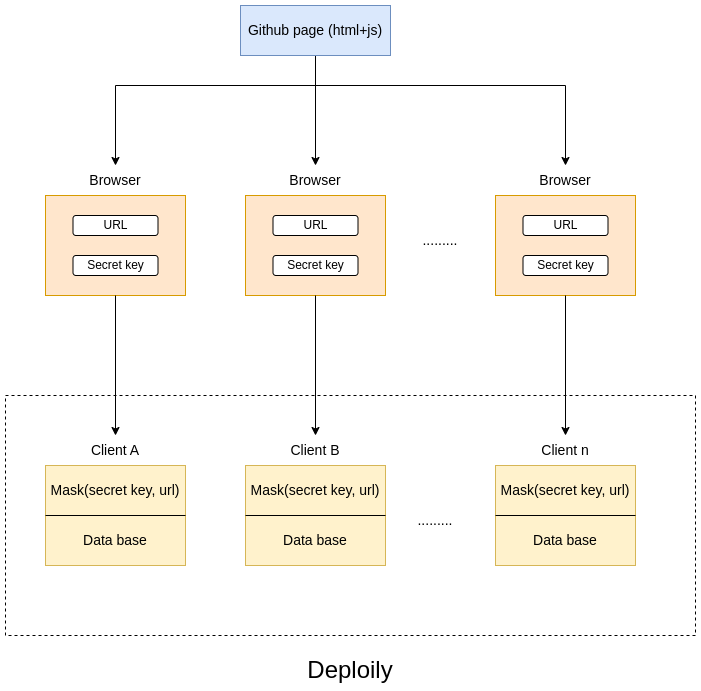
This is doc/Ttk-epay-admin-consol-diagramme.drawio.png from deploily/ttk-epay-admin-console, a draw.io export, as it was before one commit. Source tidied: cells renumbered, new cells last; positions are measured from the earlier drawing's top-left corner, leaving out a move shared by most shapes.
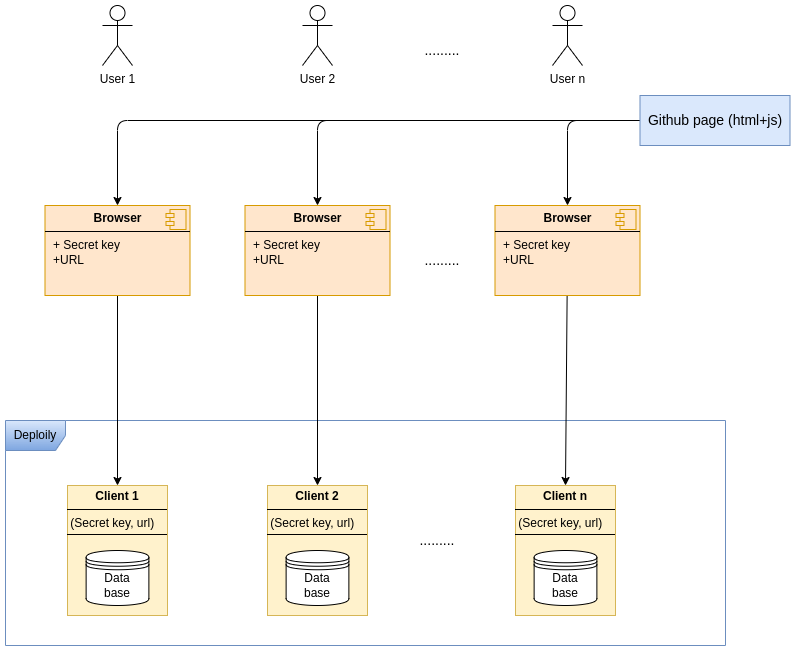
After the commit.

What changed in the source:
```diff
@@ -2,147 +2,107 @@
   <root>
     <mxCell id="0" />
     <mxCell id="1" parent="0" />
-    <mxCell id="2" style="rounded=0;whiteSpace=wrap;html=1;dashed=1;gradientColor=none;strokeColor=default;fillColor=none;" parent="1" vertex="1">
-      <mxGeometry y="390" width="690" height="240" as="geometry" />
-    </mxCell>
-    <mxCell id="3" style="edgeStyle=orthogonalEdgeStyle;rounded=0;jettySize=auto;html=1;entryX=0.5;entryY=0;entryDx=0;entryDy=0;" parent="1" edge="1" source="6" target="8">
-      <mxGeometry relative="1" as="geometry">
-        <Array as="points">
-          <mxPoint x="310" y="80" />
-          <mxPoint x="110" y="80" />
-        </Array>
-      </mxGeometry>
-    </mxCell>
-    <mxCell id="4" style="edgeStyle=orthogonalEdgeStyle;rounded=0;jettySize=auto;html=1;" parent="1" edge="1" source="6" target="34">
-      <mxGeometry relative="1" as="geometry" />
-    </mxCell>
-    <mxCell id="5" style="edgeStyle=orthogonalEdgeStyle;rounded=0;jettySize=auto;html=1;" parent="1" edge="1" source="6" target="39">
-      <mxGeometry relative="1" as="geometry">
-        <Array as="points">
-          <mxPoint x="310" y="80" />
-          <mxPoint x="560" y="80" />
-        </Array>
-      </mxGeometry>
-    </mxCell>
+    <mxCell id="46" style="edgeStyle=orthogonalEdgeStyle;html=1;entryX=0.5;entryY=0;entryDx=0;entryDy=0;fontFamily=Helvetica;fontSize=12;fontColor=default;" parent="1" edge="1" source="6" target="55">
+      <mxGeometry relative="1" as="geometry" />
+    </mxCell>
+    <mxCell id="47" style="edgeStyle=orthogonalEdgeStyle;html=1;entryX=0.5;entryY=0;entryDx=0;entryDy=0;fontFamily=Helvetica;fontSize=12;fontColor=default;" parent="1" edge="1" source="6" target="58">
+      <mxGeometry relative="1" as="geometry" />
+    </mxCell>
+    <mxCell id="48" style="edgeStyle=orthogonalEdgeStyle;html=1;entryX=0.5;entryY=0;entryDx=0;entryDy=0;fontFamily=Helvetica;fontSize=12;fontColor=default;exitX=0;exitY=0.5;exitDx=0;exitDy=0;" parent="1" edge="1" source="6" target="61">
+      <mxGeometry relative="1" as="geometry" />
+    </mxCell>
     <mxCell id="6" value="&lt;font style=&quot;font-size: 14px;&quot;&gt;Github page (html+js)&lt;/font&gt;" style="rounded=0;whiteSpace=wrap;html=1;fillColor=#dae8fc;strokeColor=#6c8ebf;" parent="1" vertex="1">
-      <mxGeometry x="235" width="150" height="50" as="geometry" />
+      <mxGeometry x="592.5" y="110" width="150" height="50" as="geometry" />
     </mxCell>
-    <mxCell id="7" style="group;" parent="1" vertex="1">
-      <mxGeometry x="40" y="160" width="140" height="130" as="geometry" />
-    </mxCell>
-    <mxCell id="8" value="&lt;font style=&quot;font-size: 14px;&quot;&gt;Browser&lt;/font&gt;" style="text;html=1;align=center;verticalAlign=middle;whiteSpace=wrap;rounded=0;" parent="7" vertex="1">
-      <mxGeometry x="35" width="70" height="30" as="geometry" />
-    </mxCell>
-    <mxCell id="9" style="rounded=0;whiteSpace=wrap;html=1;fillColor=#ffe6cc;strokeColor=#d79b00;" parent="7" vertex="1">
-      <mxGeometry y="30" width="140" height="100" as="geometry" />
-    </mxCell>
-    <mxCell id="10" value="URL" style="rounded=1;whiteSpace=wrap;html=1;" parent="7" vertex="1">
-      <mxGeometry x="27.5" y="50" width="85" height="20" as="geometry" />
-    </mxCell>
-    <mxCell id="11" value="Secret key" style="rounded=1;whiteSpace=wrap;html=1;" parent="7" vertex="1">
-      <mxGeometry x="27.5" y="90" width="85" height="20" as="geometry" />
-    </mxCell>
-    <mxCell id="12" style="group;" parent="1" vertex="1">
-      <mxGeometry x="40" y="430" width="140" height="130" as="geometry" />
-    </mxCell>
-    <mxCell id="13" value="&lt;span style=&quot;font-size: 14px;&quot;&gt;Client A&lt;/span&gt;" style="text;html=1;align=center;verticalAlign=middle;whiteSpace=wrap;rounded=0;" parent="12" vertex="1">
-      <mxGeometry x="35" width="70" height="30" as="geometry" />
-    </mxCell>
-    <mxCell id="14" style="rounded=0;whiteSpace=wrap;html=1;fillColor=#fff2cc;strokeColor=#d6b656;" parent="12" vertex="1">
-      <mxGeometry y="30" width="140" height="100" as="geometry" />
-    </mxCell>
-    <mxCell id="15" style="endArrow=none;html=1;rounded=0;entryX=1;entryY=0.5;entryDx=0;entryDy=0;exitX=0;exitY=0.5;exitDx=0;exitDy=0;" parent="12" edge="1" source="14" target="14">
-      <mxGeometry relative="1" as="geometry" />
-    </mxCell>
-    <mxCell id="16" value="&lt;font style=&quot;font-size: 14px;&quot;&gt;Mask(secret key, url)&lt;/font&gt;" style="text;html=1;align=center;verticalAlign=middle;whiteSpace=wrap;rounded=0;" parent="12" vertex="1">
-      <mxGeometry y="40" width="140" height="30" as="geometry" />
-    </mxCell>
-    <mxCell id="17" value="&lt;font style=&quot;font-size: 14px;&quot;&gt;Data base&lt;/font&gt;" style="text;html=1;align=center;verticalAlign=middle;whiteSpace=wrap;rounded=0;" parent="12" vertex="1">
-      <mxGeometry x="30" y="90" width="80" height="30" as="geometry" />
-    </mxCell>
-    <mxCell id="18" style="group;" parent="1" vertex="1">
-      <mxGeometry x="240" y="430" width="140" height="130" as="geometry" />
-    </mxCell>
-    <mxCell id="19" value="&lt;span style=&quot;font-size: 14px;&quot;&gt;Client B&lt;/span&gt;" style="text;html=1;align=center;verticalAlign=middle;whiteSpace=wrap;rounded=0;" parent="18" vertex="1">
-      <mxGeometry x="35" width="70" height="30" as="geometry" />
-    </mxCell>
-    <mxCell id="20" style="rounded=0;whiteSpace=wrap;html=1;fillColor=#fff2cc;strokeColor=#d6b656;" parent="18" vertex="1">
-      <mxGeometry y="30" width="140" height="100" as="geometry" />
-    </mxCell>
-    <mxCell id="21" style="endArrow=none;html=1;rounded=0;entryX=1;entryY=0.5;entryDx=0;entryDy=0;exitX=0;exitY=0.5;exitDx=0;exitDy=0;" parent="18" edge="1" source="20" target="20">
-      <mxGeometry relative="1" as="geometry" />
-    </mxCell>
-    <mxCell id="22" value="&lt;span style=&quot;font-size: 14px;&quot;&gt;Mask(secret key, url)&lt;/span&gt;" style="text;html=1;align=center;verticalAlign=middle;whiteSpace=wrap;rounded=0;" parent="18" vertex="1">
-      <mxGeometry y="40" width="140" height="30" as="geometry" />
-    </mxCell>
-    <mxCell id="23" value="&lt;font style=&quot;font-size: 14px;&quot;&gt;Data base&lt;/font&gt;" style="text;html=1;align=center;verticalAlign=middle;whiteSpace=wrap;rounded=0;" parent="18" vertex="1">
-      <mxGeometry x="30" y="90" width="80" height="30" as="geometry" />
-    </mxCell>
-    <mxCell id="24" style="group;" parent="1" vertex="1">
-      <mxGeometry x="490" y="430" width="140" height="130" as="geometry" />
-    </mxCell>
-    <mxCell id="25" value="&lt;span style=&quot;font-size: 14px;&quot;&gt;Client n&lt;/span&gt;" style="text;html=1;align=center;verticalAlign=middle;whiteSpace=wrap;rounded=0;" parent="24" vertex="1">
-      <mxGeometry x="35" width="70" height="30" as="geometry" />
-    </mxCell>
-    <mxCell id="26" style="rounded=0;whiteSpace=wrap;html=1;fillColor=#fff2cc;strokeColor=#d6b656;" parent="24" vertex="1">
-      <mxGeometry y="30" width="140" height="100" as="geometry" />
-    </mxCell>
-    <mxCell id="27" style="endArrow=none;html=1;rounded=0;entryX=1;entryY=0.5;entryDx=0;entryDy=0;exitX=0;exitY=0.5;exitDx=0;exitDy=0;" parent="24" edge="1" source="26" target="26">
-      <mxGeometry relative="1" as="geometry" />
-    </mxCell>
-    <mxCell id="28" value="&lt;span style=&quot;font-size: 14px;&quot;&gt;Mask(secret key, url)&lt;/span&gt;" style="text;html=1;align=center;verticalAlign=middle;whiteSpace=wrap;rounded=0;" parent="24" vertex="1">
-      <mxGeometry y="40" width="140" height="30" as="geometry" />
-    </mxCell>
-    <mxCell id="29" value="&lt;font style=&quot;font-size: 14px;&quot;&gt;Data base&lt;/font&gt;" style="text;html=1;align=center;verticalAlign=middle;whiteSpace=wrap;rounded=0;" parent="24" vertex="1">
-      <mxGeometry x="30" y="90" width="80" height="30" as="geometry" />
-    </mxCell>
-    <mxCell id="30" value="&lt;font style=&quot;font-size: 14px;&quot;&gt;.........&lt;/font&gt;" style="text;html=1;align=center;verticalAlign=middle;whiteSpace=wrap;rounded=0;" parent="1" vertex="1">
-      <mxGeometry x="400" y="500" width="60" height="30" as="geometry" />
-    </mxCell>
+    <mxCell id="49" value="&lt;font style=&quot;font-size: 14px;&quot;&gt;.........&lt;/font&gt;" style="text;html=1;align=center;verticalAlign=middle;whiteSpace=wrap;rounded=0;" parent="1" vertex="1">
+      <mxGeometry x="360" y="540" width="60" height="30" as="geometry" />
+    </mxCell>
+    <mxCell id="50" value="&lt;font style=&quot;font-size: 14px;&quot;&gt;.........&lt;/font&gt;" style="text;html=1;align=center;verticalAlign=middle;whiteSpace=wrap;rounded=0;" parent="1" vertex="1">
+      <mxGeometry x="365" y="260" width="60" height="30" as="geometry" />
+    </mxCell>
-    <mxCell id="31" value="&lt;font style=&quot;font-size: 24px;&quot;&gt;Deploily&lt;/font&gt;" style="text;html=1;align=center;verticalAlign=middle;whiteSpace=wrap;rounded=0;" parent="1" vertex="1">
-      <mxGeometry x="285" y="650" width="120" height="30" as="geometry" />
+    <mxCell id="31" value="Deploily" style="shape=umlFrame;whiteSpace=wrap;html=1;fillColor=#dae8fc;gradientColor=#7ea6e0;strokeColor=#6c8ebf;" parent="1" vertex="1">
+      <mxGeometry x="-42" y="435" width="720" height="225" as="geometry" />
     </mxCell>
-    <mxCell id="32" style="edgeStyle=orthogonalEdgeStyle;rounded=0;jettySize=auto;html=1;" parent="1" edge="1" source="9" target="13">
-      <mxGeometry relative="1" as="geometry" />
-    </mxCell>
-    <mxCell id="33" style="group;" parent="1" vertex="1">
-      <mxGeometry x="240" y="160" width="140" height="130" as="geometry" />
-    </mxCell>
-    <mxCell id="34" value="&lt;font style=&quot;font-size: 14px;&quot;&gt;Browser&lt;/font&gt;" style="text;html=1;align=center;verticalAlign=middle;whiteSpace=wrap;rounded=0;" parent="33" vertex="1">
-      <mxGeometry x="35" width="70" height="30" as="geometry" />
-    </mxCell>
-    <mxCell id="35" style="rounded=0;whiteSpace=wrap;html=1;fillColor=#ffe6cc;strokeColor=#d79b00;" parent="33" vertex="1">
-      <mxGeometry y="30" width="140" height="100" as="geometry" />
-    </mxCell>
-    <mxCell id="36" value="URL" style="rounded=1;whiteSpace=wrap;html=1;" parent="33" vertex="1">
-      <mxGeometry x="27.5" y="50" width="85" height="20" as="geometry" />
-    </mxCell>
-    <mxCell id="37" value="Secret key" style="rounded=1;whiteSpace=wrap;html=1;" parent="33" vertex="1">
-      <mxGeometry x="27.5" y="90" width="85" height="20" as="geometry" />
-    </mxCell>
-    <mxCell id="38" style="group;" parent="1" vertex="1">
-      <mxGeometry x="490" y="160" width="140" height="130" as="geometry" />
-    </mxCell>
-    <mxCell id="39" value="&lt;font style=&quot;font-size: 14px;&quot;&gt;Browser&lt;/font&gt;" style="text;html=1;align=center;verticalAlign=middle;whiteSpace=wrap;rounded=0;" parent="38" vertex="1">
-      <mxGeometry x="35" width="70" height="30" as="geometry" />
-    </mxCell>
-    <mxCell id="40" style="rounded=0;whiteSpace=wrap;html=1;fillColor=#ffe6cc;strokeColor=#d79b00;" parent="38" vertex="1">
-      <mxGeometry y="30" width="140" height="100" as="geometry" />
-    </mxCell>
-    <mxCell id="41" value="URL" style="rounded=1;whiteSpace=wrap;html=1;" parent="38" vertex="1">
-      <mxGeometry x="27.5" y="50" width="85" height="20" as="geometry" />
-    </mxCell>
-    <mxCell id="42" value="Secret key" style="rounded=1;whiteSpace=wrap;html=1;" parent="38" vertex="1">
-      <mxGeometry x="27.5" y="90" width="85" height="20" as="geometry" />
-    </mxCell>
-    <mxCell id="43" style="edgeStyle=orthogonalEdgeStyle;rounded=0;jettySize=auto;html=1;entryX=0.5;entryY=0;entryDx=0;entryDy=0;" parent="1" edge="1" source="35" target="19">
-      <mxGeometry relative="1" as="geometry" />
-    </mxCell>
-    <mxCell id="44" style="edgeStyle=orthogonalEdgeStyle;rounded=0;jettySize=auto;html=1;entryX=0.5;entryY=0;entryDx=0;entryDy=0;" parent="1" edge="1" source="40" target="25">
-      <mxGeometry relative="1" as="geometry" />
-    </mxCell>
-    <mxCell id="45" value="&lt;font style=&quot;font-size: 14px;&quot;&gt;.........&lt;/font&gt;" style="text;html=1;align=center;verticalAlign=middle;whiteSpace=wrap;rounded=0;" parent="1" vertex="1">
-      <mxGeometry x="405" y="220" width="60" height="30" as="geometry" />
-    </mxCell>
+    <mxCell id="51" value="User 1" style="shape=umlActor;verticalLabelPosition=bottom;verticalAlign=top;html=1;" parent="1" vertex="1">
+      <mxGeometry x="55" y="20" width="30" height="60" as="geometry" />
+    </mxCell>
+    <mxCell id="52" value="&lt;span style=&quot;color: rgb(0, 0, 0);&quot;&gt;User 2&lt;/span&gt;" style="shape=umlActor;verticalLabelPosition=bottom;verticalAlign=top;html=1;" parent="1" vertex="1">
+      <mxGeometry x="255" y="20" width="30" height="60" as="geometry" />
+    </mxCell>
+    <mxCell id="53" value="&lt;span style=&quot;color: rgb(0, 0, 0);&quot;&gt;User n&lt;/span&gt;" style="shape=umlActor;verticalLabelPosition=bottom;verticalAlign=top;html=1;" parent="1" vertex="1">
+      <mxGeometry x="505" y="20" width="30" height="60" as="geometry" />
+    </mxCell>
+    <mxCell id="54" style="edgeStyle=none;html=1;entryX=0.5;entryY=0;entryDx=0;entryDy=0;fontFamily=Helvetica;fontSize=12;fontColor=default;" parent="1" edge="1" source="55" target="64">
+      <mxGeometry relative="1" as="geometry" />
+    </mxCell>
+    <mxCell id="55" value="&lt;p style=&quot;margin:0px;margin-top:6px;text-align:center;&quot;&gt;&lt;b&gt;Browser&lt;/b&gt;&lt;/p&gt;&lt;hr size=&quot;1&quot; style=&quot;border-style:solid;&quot;&gt;&lt;p style=&quot;margin:0px;margin-left:8px;&quot;&gt;+ Secret key&lt;br&gt;+URL&lt;/p&gt;" style="align=left;overflow=fill;html=1;whiteSpace=wrap;fillColor=#ffe6cc;strokeColor=#d79b00;" parent="1" vertex="1">
+      <mxGeometry x="-2.5" y="220" width="145" height="90" as="geometry" />
+    </mxCell>
+    <mxCell id="56" style="shape=component;jettyWidth=8;jettyHeight=4;fillColor=#ffe6cc;strokeColor=#d79b00;" parent="55" vertex="1">
+      <mxGeometry x="1" width="20" height="20" relative="1" as="geometry">
+        <mxPoint x="-24" y="4" as="offset" />
+      </mxGeometry>
+    </mxCell>
+    <mxCell id="57" style="edgeStyle=none;html=1;fontFamily=Helvetica;fontSize=12;fontColor=default;" parent="1" edge="1" source="58" target="68">
+      <mxGeometry relative="1" as="geometry" />
+    </mxCell>
+    <mxCell id="58" value="&lt;p style=&quot;margin:0px;margin-top:6px;text-align:center;&quot;&gt;&lt;b&gt;Browser&lt;/b&gt;&lt;/p&gt;&lt;hr size=&quot;1&quot; style=&quot;border-style:solid;&quot;&gt;&lt;p style=&quot;margin:0px;margin-left:8px;&quot;&gt;+ Secret key&lt;br&gt;+URL&lt;/p&gt;" style="align=left;overflow=fill;html=1;whiteSpace=wrap;fillColor=#ffe6cc;strokeColor=#d79b00;" parent="1" vertex="1">
+      <mxGeometry x="197.5" y="220" width="145" height="90" as="geometry" />
+    </mxCell>
+    <mxCell id="59" style="shape=component;jettyWidth=8;jettyHeight=4;fillColor=#ffe6cc;strokeColor=#d79b00;" parent="58" vertex="1">
+      <mxGeometry x="1" width="20" height="20" relative="1" as="geometry">
+        <mxPoint x="-24" y="4" as="offset" />
+      </mxGeometry>
+    </mxCell>
+    <mxCell id="60" style="edgeStyle=none;html=1;entryX=0.5;entryY=0;entryDx=0;entryDy=0;fontFamily=Helvetica;fontSize=12;fontColor=default;" parent="1" edge="1" source="61" target="72">
+      <mxGeometry relative="1" as="geometry" />
+    </mxCell>
+    <mxCell id="61" value="&lt;p style=&quot;margin:0px;margin-top:6px;text-align:center;&quot;&gt;&lt;b&gt;Browser&lt;/b&gt;&lt;/p&gt;&lt;hr size=&quot;1&quot; style=&quot;border-style:solid;&quot;&gt;&lt;p style=&quot;margin:0px;margin-left:8px;&quot;&gt;+ Secret key&lt;br&gt;+URL&lt;/p&gt;" style="align=left;overflow=fill;html=1;whiteSpace=wrap;fillColor=#ffe6cc;strokeColor=#d79b00;" parent="1" vertex="1">
+      <mxGeometry x="447.5" y="220" width="145" height="90" as="geometry" />
+    </mxCell>
+    <mxCell id="62" style="shape=component;jettyWidth=8;jettyHeight=4;fillColor=#ffe6cc;strokeColor=#d79b00;" parent="61" vertex="1">
+      <mxGeometry x="1" width="20" height="20" relative="1" as="geometry">
+        <mxPoint x="-24" y="4" as="offset" />
+      </mxGeometry>
+    </mxCell>
+    <mxCell id="63" style="group;fillColor=#fff2cc;strokeColor=#d6b656;" parent="1" vertex="1">
+      <mxGeometry x="20" y="500" width="100" height="130" as="geometry" />
+    </mxCell>
+    <mxCell id="64" value="&lt;p style=&quot;margin:0px;margin-top:4px;text-align:center;&quot;&gt;&lt;b&gt;Client 1&lt;/b&gt;&lt;/p&gt;&lt;hr size=&quot;1&quot; style=&quot;border-style:solid;&quot;&gt;&lt;div style=&quot;height:2px;&quot;&gt;&amp;nbsp;(Secret key, url)&lt;/div&gt;&lt;div style=&quot;height:2px;&quot;&gt;&lt;br&gt;&lt;/div&gt;&lt;div style=&quot;height:2px;&quot;&gt;&lt;br&gt;&lt;/div&gt;&lt;div style=&quot;height:2px;&quot;&gt;&lt;br&gt;&lt;/div&gt;&lt;div style=&quot;height:2px;&quot;&gt;&lt;br&gt;&lt;/div&gt;&lt;div style=&quot;height:2px;&quot;&gt;&lt;br&gt;&lt;/div&gt;&lt;hr size=&quot;1&quot; style=&quot;border-style:solid;&quot;&gt;&lt;div style=&quot;height:2px;&quot;&gt;&lt;/div&gt;" style="verticalAlign=top;align=left;overflow=fill;html=1;whiteSpace=wrap;strokeColor=#d6b656;fontFamily=Helvetica;fontSize=12;fillColor=#fff2cc;" parent="63" vertex="1">
+      <mxGeometry width="100" height="130" as="geometry" />
+    </mxCell>
+    <mxCell id="65" style="shape=datastore;html=1;labelPosition=center;verticalLabelPosition=bottom;align=center;verticalAlign=top;" parent="63" vertex="1">
+      <mxGeometry x="18.6" y="65" width="62.8" height="55" as="geometry" />
+    </mxCell>
+    <mxCell id="66" value="Data &lt;br&gt;base" style="text;html=1;align=center;verticalAlign=middle;whiteSpace=wrap;rounded=0;fontFamily=Helvetica;fontSize=12;fontColor=default;" parent="63" vertex="1">
+      <mxGeometry x="35" y="85" width="30" height="30" as="geometry" />
+    </mxCell>
+    <mxCell id="67" style="group;fillColor=#fff2cc;strokeColor=#d6b656;" parent="1" vertex="1">
+      <mxGeometry x="220" y="500" width="100" height="130" as="geometry" />
+    </mxCell>
+    <mxCell id="68" value="&lt;p style=&quot;margin:0px;margin-top:4px;text-align:center;&quot;&gt;&lt;b&gt;Client 2&lt;/b&gt;&lt;/p&gt;&lt;hr size=&quot;1&quot; style=&quot;border-style:solid;&quot;&gt;&lt;div style=&quot;height:2px;&quot;&gt;&amp;nbsp;(Secret key, url)&lt;/div&gt;&lt;div style=&quot;height:2px;&quot;&gt;&lt;br&gt;&lt;/div&gt;&lt;div style=&quot;height:2px;&quot;&gt;&lt;br&gt;&lt;/div&gt;&lt;div style=&quot;height:2px;&quot;&gt;&lt;br&gt;&lt;/div&gt;&lt;div style=&quot;height:2px;&quot;&gt;&lt;br&gt;&lt;/div&gt;&lt;div style=&quot;height:2px;&quot;&gt;&lt;br&gt;&lt;/div&gt;&lt;hr size=&quot;1&quot; style=&quot;border-style:solid;&quot;&gt;&lt;div style=&quot;height:2px;&quot;&gt;&lt;/div&gt;" style="verticalAlign=top;align=left;overflow=fill;html=1;whiteSpace=wrap;strokeColor=#d6b656;fontFamily=Helvetica;fontSize=12;fillColor=#fff2cc;" parent="67" vertex="1">
+      <mxGeometry width="100" height="130" as="geometry" />
+    </mxCell>
+    <mxCell id="69" style="shape=datastore;html=1;labelPosition=center;verticalLabelPosition=bottom;align=center;verticalAlign=top;" parent="67" vertex="1">
+      <mxGeometry x="18.6" y="65" width="62.8" height="55" as="geometry" />
+    </mxCell>
+    <mxCell id="70" value="Data &lt;br&gt;base" style="text;html=1;align=center;verticalAlign=middle;whiteSpace=wrap;rounded=0;fontFamily=Helvetica;fontSize=12;fontColor=default;" parent="67" vertex="1">
+      <mxGeometry x="35" y="85" width="30" height="30" as="geometry" />
+    </mxCell>
+    <mxCell id="71" style="group;fillColor=#fff2cc;strokeColor=#d6b656;" parent="1" vertex="1">
+      <mxGeometry x="468" y="500" width="100" height="130" as="geometry" />
+    </mxCell>
+    <mxCell id="72" value="&lt;p style=&quot;margin:0px;margin-top:4px;text-align:center;&quot;&gt;&lt;b&gt;Client n&lt;/b&gt;&lt;/p&gt;&lt;hr size=&quot;1&quot; style=&quot;border-style:solid;&quot;&gt;&lt;div style=&quot;height:2px;&quot;&gt;&amp;nbsp;(Secret key, url)&lt;/div&gt;&lt;div style=&quot;height:2px;&quot;&gt;&lt;br&gt;&lt;/div&gt;&lt;div style=&quot;height:2px;&quot;&gt;&lt;br&gt;&lt;/div&gt;&lt;div style=&quot;height:2px;&quot;&gt;&lt;br&gt;&lt;/div&gt;&lt;div style=&quot;height:2px;&quot;&gt;&lt;br&gt;&lt;/div&gt;&lt;div style=&quot;height:2px;&quot;&gt;&lt;br&gt;&lt;/div&gt;&lt;hr size=&quot;1&quot; style=&quot;border-style:solid;&quot;&gt;&lt;div style=&quot;height:2px;&quot;&gt;&lt;/div&gt;" style="verticalAlign=top;align=left;overflow=fill;html=1;whiteSpace=wrap;strokeColor=#d6b656;fontFamily=Helvetica;fontSize=12;fillColor=#fff2cc;" parent="71" vertex="1">
+      <mxGeometry width="100" height="130" as="geometry" />
+    </mxCell>
+    <mxCell id="73" style="shape=datastore;html=1;labelPosition=center;verticalLabelPosition=bottom;align=center;verticalAlign=top;" parent="71" vertex="1">
+      <mxGeometry x="18.6" y="65" width="62.8" height="55" as="geometry" />
+    </mxCell>
+    <mxCell id="74" value="Data &lt;br&gt;base" style="text;html=1;align=center;verticalAlign=middle;whiteSpace=wrap;rounded=0;fontFamily=Helvetica;fontSize=12;fontColor=default;" parent="71" vertex="1">
+      <mxGeometry x="35" y="85" width="30" height="30" as="geometry" />
+    </mxCell>
+    <mxCell id="75" value="&lt;font style=&quot;font-size: 14px;&quot;&gt;.........&lt;/font&gt;" style="text;html=1;align=center;verticalAlign=middle;whiteSpace=wrap;rounded=0;" parent="1" vertex="1">
+      <mxGeometry x="365" y="50" width="60" height="30" as="geometry" />
+    </mxCell>
   </root>
 </mxGraphModel>
```
